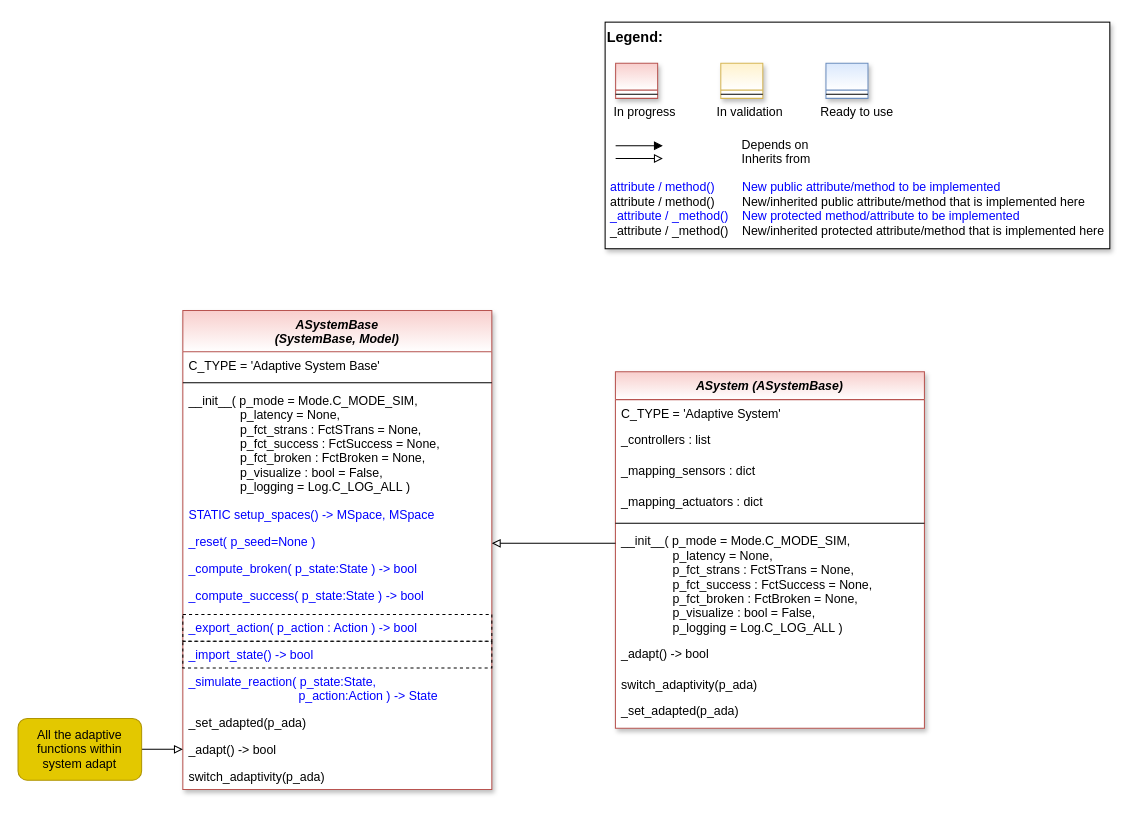
This is doc/rtd/content/04_appendices/appendix2/sub/core/images/bf/MLPro-BF-Systems-AdaptiveSystems_class_diagram.drawio from fhswf/MLPro, a draw.io file, before an edit. Source tidied: cells renumbered, new cells numbered last; positions are measured from the earlier drawing's top-left corner, leaving out a move shared by most shapes. Both pictures are drawn from the tidied source at 103%, with x=0, y=0 at pixel (18, 22).
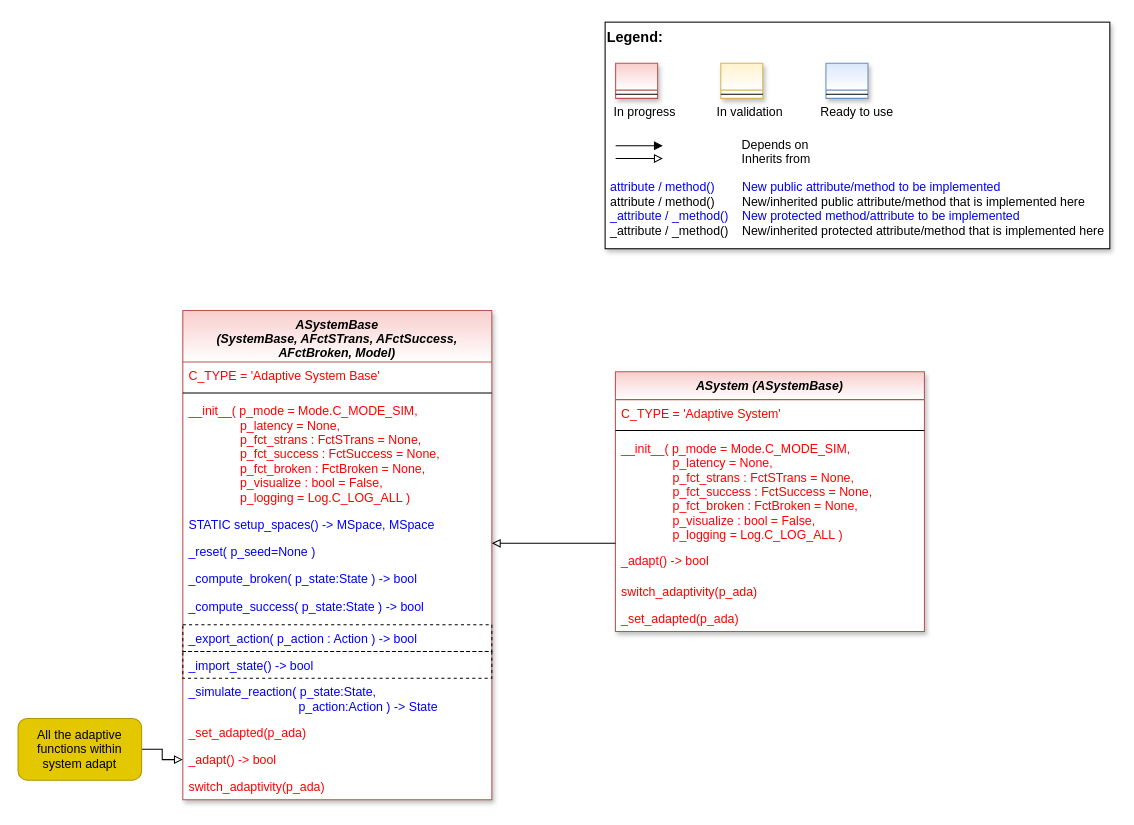
Above is the later version.

Commit message (it also covers changes not shown here):
adaptive systems, oa systems

What changed in the source:
```diff
@@
-    <mxCell id="2" value="ASystemBase&#10;(SystemBase, Model)" style="swimlane;fontStyle=3;align=center;verticalAlign=top;horizontal=1;startSize=40;rounded=0;shadow=1;strokeWidth=1;fillColor=#f8cecc;strokeColor=#b85450;swimlaneFillColor=#ffffff;gradientColor=#FFFFFF;" parent="1" vertex="1">
-      <mxGeometry x="160" y="280" width="300" height="465" as="geometry" />
+    <mxCell id="2" value="ASystemBase&#10;(SystemBase, AFctSTrans, AFctSuccess, &#10;AFctBroken, Model)" style="swimlane;fontStyle=3;align=center;verticalAlign=top;horizontal=1;startSize=50;rounded=0;shadow=1;strokeWidth=1;fillColor=#f8cecc;strokeColor=#b85450;swimlaneFillColor=#ffffff;gradientColor=#FFFFFF;" parent="1" vertex="1">
+      <mxGeometry x="160" y="280" width="300" height="475" as="geometry" />
     </mxCell>
-    <mxCell id="3" value="C_TYPE = 'Adaptive System Base'" style="text;align=left;verticalAlign=top;spacingLeft=4;spacingRight=4;overflow=hidden;fontColor=#000000;" parent="2" vertex="1">
-      <mxGeometry y="40" width="300" height="26" as="geometry" />
+    <mxCell id="3" value="C_TYPE = 'Adaptive System Base'" style="text;align=left;verticalAlign=top;spacingLeft=4;spacingRight=4;overflow=hidden;fontColor=#FF0000;" parent="2" vertex="1">
+      <mxGeometry y="50" width="300" height="26" as="geometry" />
     </mxCell>
     <mxCell id="4" style="line;html=1;strokeWidth=1;align=left;verticalAlign=middle;spacingTop=-1;spacingLeft=3;spacingRight=3;labelPosition=right;" parent="2" vertex="1">
-      <mxGeometry y="66" width="300" height="8" as="geometry" />
+      <mxGeometry y="76" width="300" height="8" as="geometry" />
     </mxCell>
-    <mxCell id="5" value="__init__( p_mode = Mode.C_MODE_SIM,&#10;               p_latency = None, &#10;               p_fct_strans : FctSTrans = None,&#10;               p_fct_success : FctSuccess = None,&#10;               p_fct_broken : FctBroken = None,&#10;               p_visualize : bool = False,&#10;               p_logging = Log.C_LOG_ALL )" style="text;align=left;verticalAlign=top;spacingLeft=4;spacingRight=4;overflow=hidden;" parent="2" vertex="1">
-      <mxGeometry y="74" width="300" height="111" as="geometry" />
+    <mxCell id="5" value="__init__( p_mode = Mode.C_MODE_SIM,&#10;               p_latency = None, &#10;               p_fct_strans : FctSTrans = None,&#10;               p_fct_success : FctSuccess = None,&#10;               p_fct_broken : FctBroken = None,&#10;               p_visualize : bool = False,&#10;               p_logging = Log.C_LOG_ALL )" style="text;align=left;verticalAlign=top;spacingLeft=4;spacingRight=4;overflow=hidden;fontColor=#FF0000;" parent="2" vertex="1">
+      <mxGeometry y="84" width="300" height="111" as="geometry" />
     </mxCell>
     <mxCell id="6" value="STATIC setup_spaces() -&gt; MSpace, MSpace" style="text;align=left;verticalAlign=top;spacingLeft=4;spacingRight=4;overflow=hidden;fontColor=#0000FF;" parent="2" vertex="1">
-      <mxGeometry y="185" width="300" height="26" as="geometry" />
+      <mxGeometry y="195" width="300" height="26" as="geometry" />
     </mxCell>
     <mxCell id="7" value="_reset( p_seed=None )" style="text;align=left;verticalAlign=top;spacingLeft=4;spacingRight=4;overflow=hidden;fontColor=#0000FF;" parent="2" vertex="1">
-      <mxGeometry y="211" width="300" height="26" as="geometry" />
+      <mxGeometry y="221" width="300" height="26" as="geometry" />
     </mxCell>
     <mxCell id="8" value="_compute_broken( p_state:State ) -&gt; bool" style="text;align=left;verticalAlign=top;spacingLeft=4;spacingRight=4;overflow=hidden;fontColor=#0000FF;" parent="2" vertex="1">
-      <mxGeometry y="237" width="300" height="27" as="geometry" />
+      <mxGeometry y="247" width="300" height="27" as="geometry" />
     </mxCell>
     <mxCell id="9" value="_compute_success( p_state:State ) -&gt; bool" style="text;align=left;verticalAlign=top;spacingLeft=4;spacingRight=4;overflow=hidden;fontColor=#0000FF;" parent="2" vertex="1">
-      <mxGeometry y="264" width="300" height="31" as="geometry" />
+      <mxGeometry y="274" width="300" height="31" as="geometry" />
     </mxCell>
     <mxCell id="10" value="_export_action( p_action : Action ) -&gt; bool" style="text;align=left;verticalAlign=top;spacingLeft=4;spacingRight=4;overflow=hidden;fontColor=#0000FF;strokeColor=default;dashed=1;" parent="2" vertex="1">
-      <mxGeometry y="295" width="300" height="26" as="geometry" />
+      <mxGeometry y="305" width="300" height="26" as="geometry" />
     </mxCell>
     <mxCell id="11" value="_import_state() -&gt; bool" style="text;align=left;verticalAlign=top;spacingLeft=4;spacingRight=4;overflow=hidden;fontColor=#0000FF;strokeColor=default;dashed=1;" parent="2" vertex="1">
-      <mxGeometry y="321" width="300" height="26" as="geometry" />
+      <mxGeometry y="331" width="300" height="26" as="geometry" />
     </mxCell>
     <mxCell id="12" value="_simulate_reaction( p_state:State, &#10;                                p_action:Action ) -&gt; State" style="text;align=left;verticalAlign=top;spacingLeft=4;spacingRight=4;overflow=hidden;fontColor=#0000FF;" parent="2" vertex="1">
-      <mxGeometry y="347" width="300" height="40" as="geometry" />
+      <mxGeometry y="357" width="300" height="40" as="geometry" />
     </mxCell>
-    <mxCell id="13" value="_set_adapted(p_ada)" style="text;align=left;verticalAlign=top;spacingLeft=4;spacingRight=4;overflow=hidden;fontColor=default;" parent="2" vertex="1">
-      <mxGeometry y="387" width="300" height="26" as="geometry" />
+    <mxCell id="13" value="_set_adapted(p_ada)" style="text;align=left;verticalAlign=top;spacingLeft=4;spacingRight=4;overflow=hidden;fontColor=#FF0000;" parent="2" vertex="1">
+      <mxGeometry y="397" width="300" height="26" as="geometry" />
     </mxCell>
-    <mxCell id="14" value="_adapt() -&gt; bool" style="text;align=left;verticalAlign=top;spacingLeft=4;spacingRight=4;overflow=hidden;points=[[0,0.5],[1,0.5]];portConstraint=eastwest;fontColor=default;" parent="2" vertex="1">
-      <mxGeometry y="413" width="300" height="26" as="geometry" />
+    <mxCell id="14" value="_adapt() -&gt; bool" style="text;align=left;verticalAlign=top;spacingLeft=4;spacingRight=4;overflow=hidden;points=[[0,0.5],[1,0.5]];portConstraint=eastwest;fontColor=#FF0000;" parent="2" vertex="1">
+      <mxGeometry y="423" width="300" height="26" as="geometry" />
     </mxCell>
-    <mxCell id="15" value="switch_adaptivity(p_ada)" style="text;align=left;verticalAlign=top;spacingLeft=4;spacingRight=4;overflow=hidden;fontColor=default;" parent="2" vertex="1">
-      <mxGeometry y="439" width="300" height="26" as="geometry" />
+    <mxCell id="15" value="switch_adaptivity(p_ada)" style="text;align=left;verticalAlign=top;spacingLeft=4;spacingRight=4;overflow=hidden;fontColor=#FF0000;" parent="2" vertex="1">
+      <mxGeometry y="449" width="300" height="26" as="geometry" />
     </mxCell>
     <mxCell id="16" value="ASystem (ASystemBase)" style="swimlane;fontStyle=3;align=center;verticalAlign=top;horizontal=1;startSize=27;rounded=0;shadow=1;strokeWidth=1;fillColor=#f8cecc;strokeColor=#b85450;swimlaneFillColor=#ffffff;gradientColor=#FFFFFF;" parent="1" vertex="1">
-      <mxGeometry x="580" y="339.5" width="300" height="346" as="geometry" />
+      <mxGeometry x="580" y="339.5" width="300" height="252" as="geometry" />
     </mxCell>
-    <mxCell id="17" value="C_TYPE = 'Adaptive System'" style="text;align=left;verticalAlign=top;spacingLeft=4;spacingRight=4;overflow=hidden;" parent="16" vertex="1">
+    <mxCell id="17" value="C_TYPE = 'Adaptive System'" style="text;align=left;verticalAlign=top;spacingLeft=4;spacingRight=4;overflow=hidden;fontColor=#FF0000;" parent="16" vertex="1">
       <mxGeometry y="27" width="300" height="26" as="geometry" />
     </mxCell>
-    <mxCell id="18" value="_controllers : list" style="text;align=left;verticalAlign=top;spacingLeft=4;spacingRight=4;overflow=hidden;fontColor=default;" parent="16" vertex="1">
-      <mxGeometry y="53" width="300" height="30" as="geometry" />
-    </mxCell>
-    <mxCell id="19" value="_mapping_sensors : dict" style="text;align=left;verticalAlign=top;spacingLeft=4;spacingRight=4;overflow=hidden;fontColor=default;" parent="16" vertex="1">
-      <mxGeometry y="83" width="300" height="30" as="geometry" />
-    </mxCell>
-    <mxCell id="20" value="_mapping_actuators : dict" style="text;align=left;verticalAlign=top;spacingLeft=4;spacingRight=4;overflow=hidden;fontColor=default;" parent="16" vertex="1">
-      <mxGeometry y="113" width="300" height="30" as="geometry" />
-    </mxCell>
     <mxCell id="21" style="line;html=1;strokeWidth=1;align=left;verticalAlign=middle;spacingTop=-1;spacingLeft=3;spacingRight=3;labelPosition=right;" parent="16" vertex="1">
-      <mxGeometry y="143" width="300" height="8" as="geometry" />
+      <mxGeometry y="53" width="300" height="8" as="geometry" />
     </mxCell>
-    <mxCell id="22" value="__init__( p_mode = Mode.C_MODE_SIM,&#10;               p_latency = None, &#10;               p_fct_strans : FctSTrans = None,&#10;               p_fct_success : FctSuccess = None,&#10;               p_fct_broken : FctBroken = None,&#10;               p_visualize : bool = False,&#10;               p_logging = Log.C_LOG_ALL )" style="text;align=left;verticalAlign=top;spacingLeft=4;spacingRight=4;overflow=hidden;points=[[0,0.5],[1,0.5]];portConstraint=eastwest;" parent="16" vertex="1">
-      <mxGeometry y="151" width="300" height="109" as="geometry" />
+    <mxCell id="22" value="__init__( p_mode = Mode.C_MODE_SIM,&#10;               p_latency = None, &#10;               p_fct_strans : FctSTrans = None,&#10;               p_fct_success : FctSuccess = None,&#10;               p_fct_broken : FctBroken = None,&#10;               p_visualize : bool = False,&#10;               p_logging = Log.C_LOG_ALL )" style="text;align=left;verticalAlign=top;spacingLeft=4;spacingRight=4;overflow=hidden;points=[[0,0.5],[1,0.5]];portConstraint=eastwest;fontColor=#FF0000;" parent="16" vertex="1">
+      <mxGeometry y="61" width="300" height="109" as="geometry" />
     </mxCell>
-    <mxCell id="23" value="_adapt() -&gt; bool" style="text;align=left;verticalAlign=top;spacingLeft=4;spacingRight=4;overflow=hidden;fontColor=default;" parent="16" vertex="1">
-      <mxGeometry y="260" width="300" height="30" as="geometry" />
+    <mxCell id="23" value="_adapt() -&gt; bool" style="text;align=left;verticalAlign=top;spacingLeft=4;spacingRight=4;overflow=hidden;fontColor=#FF0000;" parent="16" vertex="1">
+      <mxGeometry y="170" width="300" height="30" as="geometry" />
     </mxCell>
-    <mxCell id="24" value="switch_adaptivity(p_ada)" style="text;align=left;verticalAlign=top;spacingLeft=4;spacingRight=4;overflow=hidden;fontColor=default;" parent="16" vertex="1">
-      <mxGeometry y="290" width="300" height="26" as="geometry" />
+    <mxCell id="24" value="switch_adaptivity(p_ada)" style="text;align=left;verticalAlign=top;spacingLeft=4;spacingRight=4;overflow=hidden;fontColor=#FF0000;" parent="16" vertex="1">
+      <mxGeometry y="200" width="300" height="26" as="geometry" />
     </mxCell>
-    <mxCell id="25" value="_set_adapted(p_ada)" style="text;align=left;verticalAlign=top;spacingLeft=4;spacingRight=4;overflow=hidden;fontColor=default;" parent="16" vertex="1">
-      <mxGeometry y="316" width="300" height="26" as="geometry" />
+    <mxCell id="25" value="_set_adapted(p_ada)" style="text;align=left;verticalAlign=top;spacingLeft=4;spacingRight=4;overflow=hidden;fontColor=#FF0000;" parent="16" vertex="1">
+      <mxGeometry y="226" width="300" height="26" as="geometry" />
     </mxCell>
```
